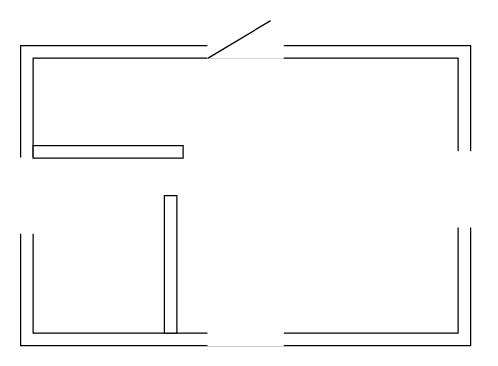
This is kssd.drawio from Punkoivan/linkedin, a draw.io file, before an edit. Source tidied: cells renumbered, new cells numbered last; positions are measured from the earlier drawing's top-left corner, leaving out a move shared by most shapes. Both pictures are drawn from the tidied source at 125%, with x=0, y=0 at pixel (-5, 20).
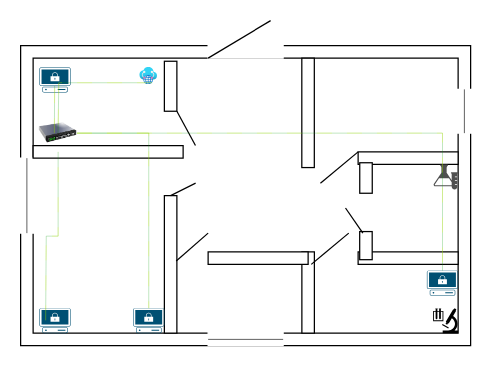
The same page after the edit.

The change refers to these unchanged cells:
```xml
<mxCell id="3" style="rounded=0;whiteSpace=wrap;html=1;" parent="1" vertex="1">
  <mxGeometry x="30" y="30" width="340" height="220" as="geometry" />
</mxCell>
<mxCell id="6" style="rounded=0;whiteSpace=wrap;html=1;strokeColor=#FFFFFF;rotation=-180;" parent="1" vertex="1">
  <mxGeometry x="170" y="240" width="60" height="20" as="geometry" />
</mxCell>
<mxCell id="7" style="rounded=0;whiteSpace=wrap;html=1;strokeColor=#FFFFFF;rotation=-90;" parent="1" vertex="1">
  <mxGeometry y="130" width="60" height="20" as="geometry" />
</mxCell>
<mxCell id="10" style="rounded=0;whiteSpace=wrap;html=1;rotation=90;" parent="1" vertex="1">
  <mxGeometry x="85" y="190" width="110" height="10" as="geometry" />
</mxCell>
```

The edit, as a diff of the source:
```diff
@@
     <mxCell id="4" style="rounded=0;whiteSpace=wrap;html=1;strokeColor=#FFFFFF;rotation=-90;" parent="1" vertex="1">
-      <mxGeometry x="345" y="125" width="60" height="20" as="geometry" />
+      <mxGeometry x="357.5" y="62.5" width="35" height="20" as="geometry" />
     </mxCell>
@@
+    <mxCell id="11" style="rounded=0;whiteSpace=wrap;html=1;rotation=90;" parent="1" vertex="1">
+      <mxGeometry x="217.5" y="212.5" width="65" height="10" as="geometry" />
+    </mxCell>
+    <mxCell id="12" style="rounded=0;whiteSpace=wrap;html=1;" parent="1" vertex="1">
+      <mxGeometry x="290" y="185" width="80" height="10" as="geometry" />
+    </mxCell>
+    <mxCell id="13" style="rounded=0;whiteSpace=wrap;html=1;rotation=90;" parent="1" vertex="1">
+      <mxGeometry x="206.2" y="68.8" width="87.5" height="10" as="geometry" />
+    </mxCell>
+    <mxCell id="14" style="rounded=0;whiteSpace=wrap;html=1;" parent="1" vertex="1">
+      <mxGeometry x="290" y="105" width="80" height="10" as="geometry" />
+    </mxCell>
+    <mxCell id="15" style="endArrow=none;html=1;rounded=0;strokeWidth=0.5;entryX=0;entryY=0.25;entryDx=0;entryDy=0;exitX=1;exitY=0.25;exitDx=0;exitDy=0;" parent="1" edge="1" source="6" target="6">
+      <mxGeometry relative="1" as="geometry" />
+    </mxCell>
+    <mxCell id="16" style="endArrow=none;html=1;rounded=0;strokeWidth=0.5;exitX=1;exitY=0.25;exitDx=0;exitDy=0;entryX=0;entryY=0.25;entryDx=0;entryDy=0;" parent="1" edge="1" source="7" target="7">
+      <mxGeometry relative="1" as="geometry" />
+    </mxCell>
+    <mxCell id="17" style="endArrow=none;html=1;rounded=0;strokeWidth=0.5;exitX=1;exitY=0.5;exitDx=0;exitDy=0;" parent="1" edge="1" source="4">
+      <mxGeometry relative="1" as="geometry">
+        <mxPoint x="375" y="90" as="targetPoint" />
+      </mxGeometry>
+    </mxCell>
+    <mxCell id="18" style="rounded=0;whiteSpace=wrap;html=1;rotation=90;" parent="1" vertex="1">
+      <mxGeometry x="120" y="47.5" width="40" height="10" as="geometry" />
+    </mxCell>
+    <mxCell id="19" style="endArrow=none;html=1;rounded=0;" parent="1" edge="1">
+      <mxGeometry relative="1" as="geometry">
+        <mxPoint x="140" y="140" as="sourcePoint" />
+        <mxPoint x="160" y="130" as="targetPoint" />
+      </mxGeometry>
+    </mxCell>
+    <mxCell id="20" style="endArrow=none;html=1;rounded=0;entryX=1;entryY=0;entryDx=0;entryDy=0;exitX=0.382;exitY=0.318;exitDx=0;exitDy=0;exitPerimeter=0;" parent="1" edge="1" source="3" target="18">
+      <mxGeometry relative="1" as="geometry" />
+    </mxCell>
+    <mxCell id="21" style="endArrow=none;html=1;rounded=0;entryX=1;entryY=0;entryDx=0;entryDy=0;exitX=0.676;exitY=0.455;exitDx=0;exitDy=0;exitPerimeter=0;" parent="1" edge="1" source="3">
+      <mxGeometry relative="1" as="geometry">
+        <mxPoint x="290" y="105" as="targetPoint" />
+      </mxGeometry>
+    </mxCell>
+    <mxCell id="22" style="endArrow=none;html=1;rounded=0;entryX=1;entryY=0;entryDx=0;entryDy=0;exitX=0.676;exitY=0.455;exitDx=0;exitDy=0;exitPerimeter=0;" parent="1" edge="1">
+      <mxGeometry relative="1" as="geometry">
+        <mxPoint x="252.5" y="195" as="sourcePoint" />
+        <mxPoint x="282.5" y="170" as="targetPoint" />
+      </mxGeometry>
+    </mxCell>
+    <mxCell id="23" style="rounded=0;whiteSpace=wrap;html=1;" parent="1" vertex="1">
+      <mxGeometry x="170" y="185" width="80" height="10" as="geometry" />
+    </mxCell>
+    <mxCell id="24" style="endArrow=none;html=1;rounded=0;entryX=1;entryY=0;entryDx=0;entryDy=0;exitX=0.476;exitY=0.053;exitDx=0;exitDy=0;exitPerimeter=0;" parent="1" edge="1" source="10">
+      <mxGeometry relative="1" as="geometry">
+        <mxPoint x="170" y="170" as="targetPoint" />
+      </mxGeometry>
+    </mxCell>
+    <mxCell id="25" style="points=[[0.02,0.015,0],[0.5,0,0],[0.98,0.015,0],[1,0.38,0],[0.895,0.98,0],[0.5,1,0],[0.105,0.98,0],[0,0.38,0]];verticalLabelPosition=bottom;sketch=0;html=1;verticalAlign=top;align=center;shape=mxgraph.cisco19.secure_endpoint_pc;fillColor=#005073;strokeColor=none;" parent="1" vertex="1">
+      <mxGeometry x="345" y="200" width="25" height="20" as="geometry" />
+    </mxCell>
+    <mxCell id="26" style="points=[[0.02,0.015,0],[0.5,0,0],[0.98,0.015,0],[1,0.38,0],[0.895,0.98,0],[0.5,1,0],[0.105,0.98,0],[0,0.38,0]];verticalLabelPosition=bottom;sketch=0;html=1;verticalAlign=top;align=center;shape=mxgraph.cisco19.secure_endpoint_pc;fillColor=#005073;strokeColor=none;" parent="1" vertex="1">
+      <mxGeometry x="35" y="37.5" width="25" height="20" as="geometry" />
+    </mxCell>
+    <mxCell id="27" style="verticalLabelPosition=bottom;sketch=0;html=1;verticalAlign=top;align=center;shape=mxgraph.cisco19.secure_endpoint_pc;fillColor=#005073;strokeColor=none;" parent="1" vertex="1">
+      <mxGeometry x="35" y="230" width="25" height="20" as="geometry" />
+    </mxCell>
+    <mxCell id="28" style="points=[[0.02,0.015,0],[0.5,0,0],[0.98,0.015,0],[1,0.38,0],[0.895,0.98,0],[0.5,1,0],[0.105,0.98,0],[0,0.38,0]];verticalLabelPosition=bottom;sketch=0;html=1;verticalAlign=top;align=center;shape=mxgraph.cisco19.secure_endpoint_pc;fillColor=#005073;strokeColor=none;" parent="1" vertex="1">
+      <mxGeometry x="110" y="230" width="25" height="20" as="geometry" />
+    </mxCell>
+    <mxCell id="29" style="shape=mxgraph.signs.science.laboratory;html=1;fillColor=#000000;strokeColor=none;verticalLabelPosition=bottom;verticalAlign=top;align=center;" parent="1" vertex="1">
+      <mxGeometry x="350" y="230" width="20" height="20" as="geometry" />
+    </mxCell>
+    <mxCell id="30" style="sketch=0;shadow=0;dashed=0;html=1;strokeColor=none;fillColor=#505050;labelPosition=center;verticalLabelPosition=bottom;verticalAlign=top;align=center;shape=mxgraph.office.concepts.lab;" parent="1" vertex="1">
+      <mxGeometry x="350" y="115" width="20" height="20" as="geometry" />
+    </mxCell>
+    <mxCell id="31" style="rounded=0;whiteSpace=wrap;html=1;rotation=90;" parent="1" vertex="1">
+      <mxGeometry x="285" y="175" width="22.5" height="10" as="geometry" />
+    </mxCell>
+    <mxCell id="32" style="rounded=0;whiteSpace=wrap;html=1;rotation=90;" parent="1" vertex="1">
+      <mxGeometry x="284.1" y="120.9" width="24.4" height="10" as="geometry" />
+    </mxCell>
+    <mxCell id="33" style="endArrow=none;html=1;rounded=0;entryX=0.735;entryY=0.545;entryDx=0;entryDy=0;entryPerimeter=0;" parent="1" edge="1" target="3">
+      <mxGeometry relative="1" as="geometry">
+        <mxPoint x="293.8" y="170" as="sourcePoint" />
+      </mxGeometry>
+    </mxCell>
+    <mxCell id="34" style="shape=wire;edgeStyle=orthogonalEdgeStyle;jettySize=auto;html=1;sourcePerimeterSpacing=0;targetPerimeterSpacing=0;endArrow=none;curved=0;rounded=0;strokeColor=#009900;dashed=1;fillColor=#ffff00;dashPattern=12 12;fixDash=1;startSize=6;endSize=6;strokeWidth=0.2;" parent="1" edge="1" source="35" target="25">
+      <mxGeometry relative="1" as="geometry" />
+    </mxCell>
+    <mxCell id="35" style="image;html=1;image=img/lib/clip_art/networking/Switch_128x128.png;" parent="1" vertex="1">
+      <mxGeometry x="35" y="75" width="30" height="30" as="geometry" />
+    </mxCell>
+    <mxCell id="36" style="shape=wire;edgeStyle=orthogonalEdgeStyle;jettySize=auto;html=1;sourcePerimeterSpacing=0;targetPerimeterSpacing=0;endArrow=none;curved=0;rounded=0;strokeColor=#009900;dashed=1;fillColor=#ffff00;dashPattern=12 12;fixDash=1;startSize=6;endSize=6;strokeWidth=0.2;" parent="1" edge="1" target="35">
+      <mxGeometry relative="1" as="geometry">
+        <mxPoint x="40" y="239.8" as="sourcePoint" />
+      </mxGeometry>
+    </mxCell>
+    <mxCell id="37" style="shape=wire;edgeStyle=orthogonalEdgeStyle;jettySize=auto;html=1;sourcePerimeterSpacing=0;targetPerimeterSpacing=0;endArrow=none;curved=0;rounded=0;strokeColor=#009900;dashed=1;fillColor=#ffff00;dashPattern=12 12;fixDash=1;startSize=6;endSize=6;entryX=0.488;entryY=0.735;entryDx=0;entryDy=0;entryPerimeter=0;strokeWidth=0.2;" parent="1" edge="1" target="26">
+      <mxGeometry relative="1" as="geometry">
+        <mxPoint x="47" y="90" as="sourcePoint" />
+      </mxGeometry>
+    </mxCell>
+    <mxCell id="38" style="shape=wire;edgeStyle=orthogonalEdgeStyle;jettySize=auto;html=1;sourcePerimeterSpacing=0;targetPerimeterSpacing=0;endArrow=none;curved=0;rounded=0;strokeColor=#009900;dashed=1;fillColor=#ffff00;dashPattern=12 12;fixDash=1;startSize=6;endSize=6;strokeWidth=0.2;" parent="1" edge="1" source="35" target="28">
+      <mxGeometry relative="1" as="geometry" />
+    </mxCell>
+    <mxCell id="39" style="image;html=1;points=[];align=center;fontSize=12;image=img/lib/azure2/networking/Virtual_WANs.svg;" parent="1" vertex="1">
+      <mxGeometry x="115.4" y="37.5" width="14.2" height="14" as="geometry" />
+    </mxCell>
+    <mxCell id="40" style="shape=wire;edgeStyle=orthogonalEdgeStyle;jettySize=auto;html=1;sourcePerimeterSpacing=0;targetPerimeterSpacing=0;endArrow=none;curved=0;rounded=0;strokeColor=#009900;dashed=1;fillColor=#ffff00;dashPattern=12 12;fixDash=1;startSize=6;endSize=6;strokeWidth=0.2;exitX=0.689;exitY=0.871;exitDx=0;exitDy=0;exitPerimeter=0;" parent="1" edge="1" source="39">
+      <mxGeometry relative="1" as="geometry">
+        <mxPoint x="50" y="90" as="targetPoint" />
+      </mxGeometry>
+    </mxCell>
```
